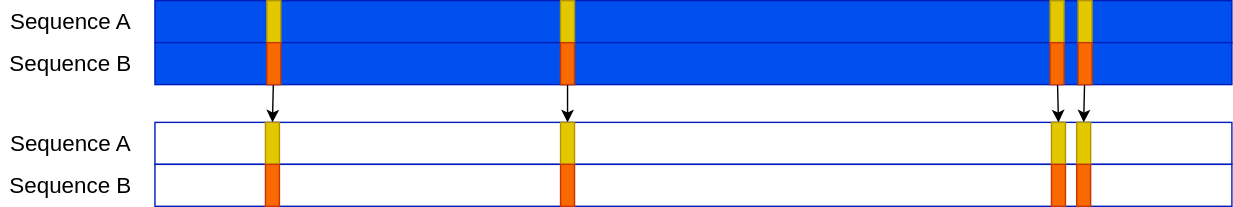
The draw.io diagram images/similar_regions.drawio.svg in khiron/dBGAlignSlides, before a commit. Source tidied: cells renumbered, new cells last; positions are measured from the earlier drawing's top-left corner, leaving out a move shared by most shapes.
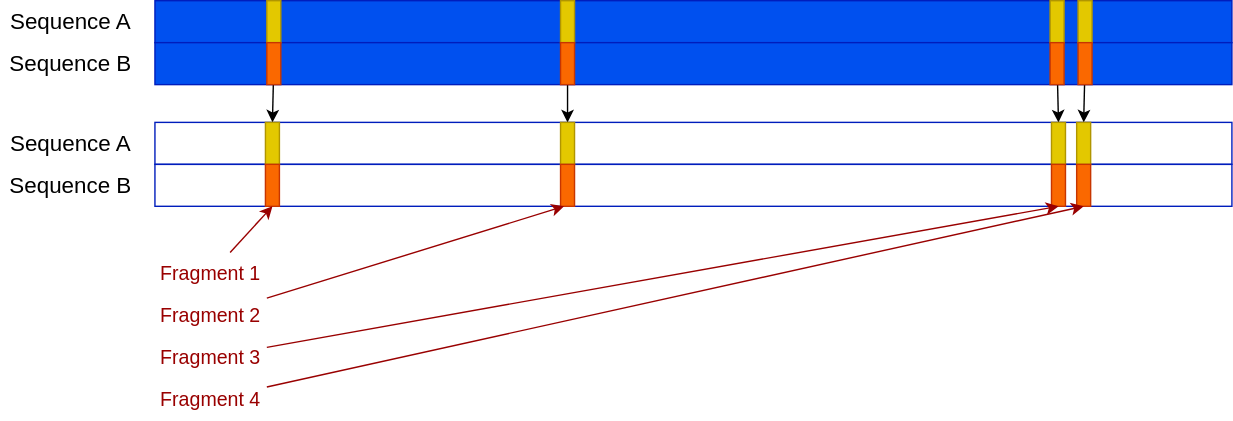
The same diagram one commit later.

Change to the diagram source:
```diff
@@ -86,5 +86,29 @@
     <mxCell id="29" value="Sequence B" style="text;html=1;strokeColor=none;fillColor=none;align=center;verticalAlign=middle;whiteSpace=wrap;rounded=0;fontSize=16;" parent="1" vertex="1">
       <mxGeometry y="117" width="100" height="30" as="geometry" />
     </mxCell>
+    <mxCell id="30" style="edgeStyle=none;html=1;entryX=0.5;entryY=1;entryDx=0;entryDy=0;fontSize=14;fontColor=#990000;strokeColor=#990000;" parent="1" edge="1" source="31" target="21">
+      <mxGeometry relative="1" as="geometry" />
+    </mxCell>
+    <mxCell id="31" value="Fragment 1" style="text;html=1;strokeColor=none;fillColor=none;align=center;verticalAlign=middle;whiteSpace=wrap;rounded=0;fontSize=14;fontColor=#990000;" parent="1" vertex="1">
+      <mxGeometry x="110" y="180" width="80" height="30" as="geometry" />
+    </mxCell>
+    <mxCell id="32" style="edgeStyle=none;html=1;fontSize=14;fontColor=#990000;entryX=0.25;entryY=1;entryDx=0;entryDy=0;strokeColor=#990000;" parent="1" edge="1" source="33" target="23">
+      <mxGeometry relative="1" as="geometry" />
+    </mxCell>
+    <mxCell id="33" value="Fragment 2" style="text;html=1;strokeColor=none;fillColor=none;align=center;verticalAlign=middle;whiteSpace=wrap;rounded=0;fontSize=14;fontColor=#990000;" parent="1" vertex="1">
+      <mxGeometry x="110" y="210" width="80" height="30" as="geometry" />
+    </mxCell>
+    <mxCell id="34" style="edgeStyle=none;html=1;entryX=0.5;entryY=1;entryDx=0;entryDy=0;fontSize=14;fontColor=#990000;strokeColor=#990000;" parent="1" edge="1" source="35" target="25">
+      <mxGeometry relative="1" as="geometry" />
+    </mxCell>
+    <mxCell id="35" value="Fragment 3" style="text;html=1;strokeColor=none;fillColor=none;align=center;verticalAlign=middle;whiteSpace=wrap;rounded=0;fontSize=14;fontColor=#990000;" parent="1" vertex="1">
+      <mxGeometry x="110" y="240" width="80" height="30" as="geometry" />
+    </mxCell>
+    <mxCell id="36" style="edgeStyle=none;html=1;fontSize=14;fontColor=#990000;entryX=0.5;entryY=1;entryDx=0;entryDy=0;strokeColor=#990000;" parent="1" edge="1" source="37" target="27">
+      <mxGeometry relative="1" as="geometry" />
+    </mxCell>
+    <mxCell id="37" value="Fragment 4" style="text;html=1;strokeColor=none;fillColor=none;align=center;verticalAlign=middle;whiteSpace=wrap;rounded=0;fontSize=14;fontColor=#990000;" parent="1" vertex="1">
+      <mxGeometry x="110" y="270" width="80" height="30" as="geometry" />
+    </mxCell>
   </root>
 </mxGraphModel>
```
